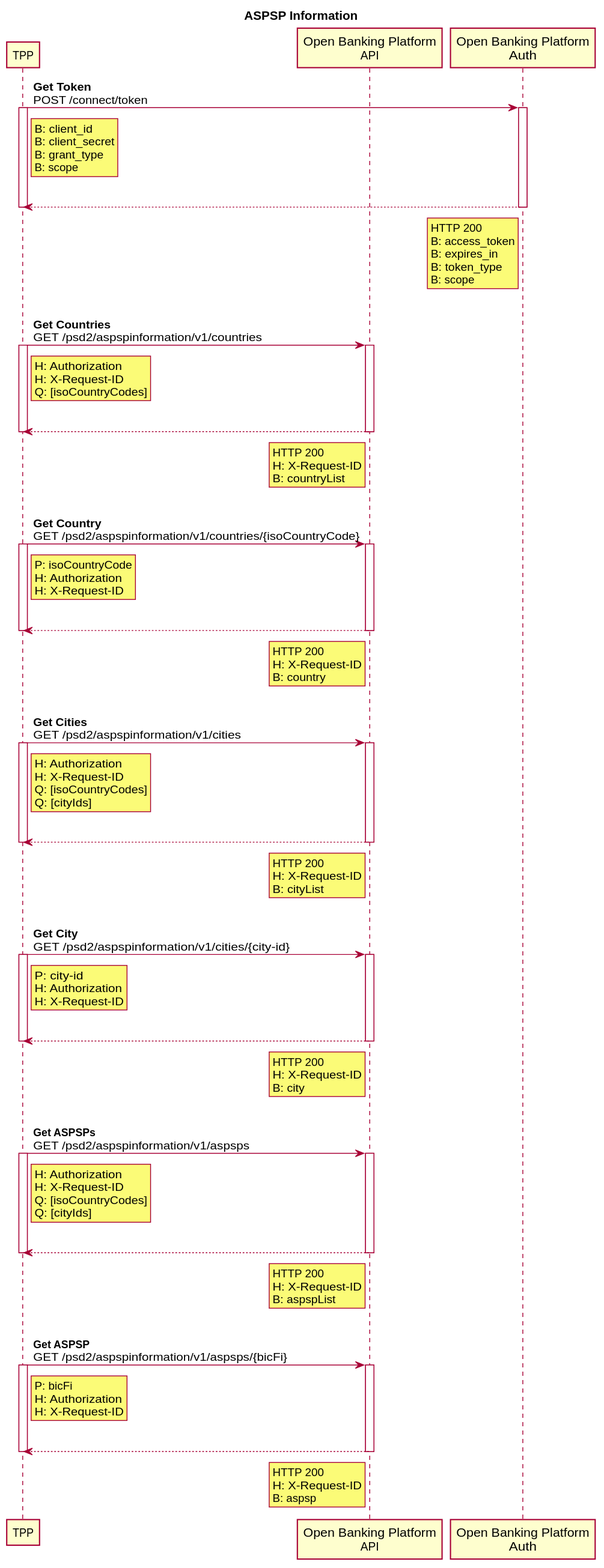
The PlantUML diagram website/static/img/aspsp.svg in openpaymentseurope/docs, before a commit.
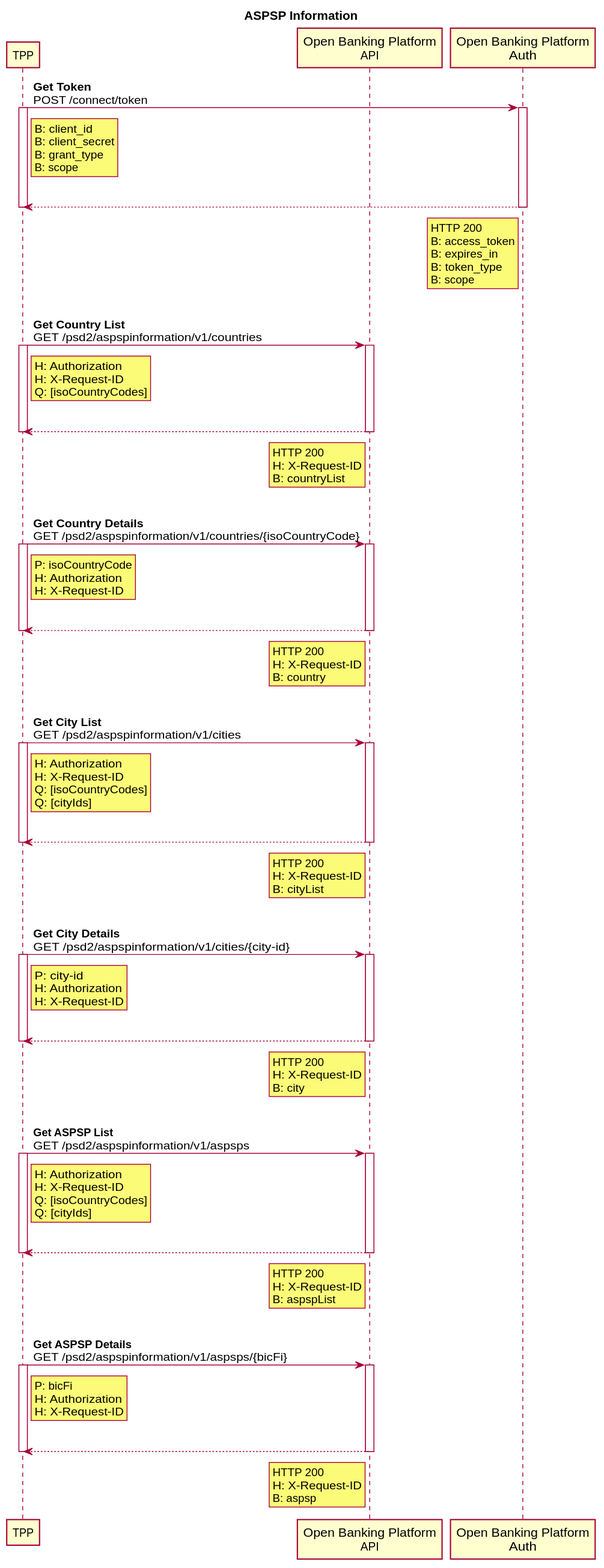
Above is the later version.

Commit message:
Adjusted service names in flows

What changed in the source:
```diff
@@ -31,7 +31,7 @@
 
 |||
 
-tpp -> obpapi: **Get Countries**\nGET /psd2/aspspinformation/v1/countries
+tpp -> obpapi: **Get Country List**\nGET /psd2/aspspinformation/v1/countries
 activate tpp
 rnote right of tpp
 H: Authorization
@@ -51,7 +51,7 @@
 
 |||
 
-tpp -> obpapi: **Get Country**\nGET /psd2/aspspinformation/v1/countries/{isoCountryCode}
+tpp -> obpapi: **Get Country Details**\nGET /psd2/aspspinformation/v1/countries/{isoCountryCode}
 activate tpp
 rnote right of tpp
 P: isoCountryCode
@@ -71,7 +71,7 @@
 
 |||
 
-tpp -> obpapi: **Get Cities**\nGET /psd2/aspspinformation/v1/cities
+tpp -> obpapi: **Get City List**\nGET /psd2/aspspinformation/v1/cities
 activate tpp
 rnote right of tpp
 H: Authorization
@@ -92,7 +92,7 @@
 
 |||
 
-tpp -> obpapi: **Get City**\nGET /psd2/aspspinformation/v1/cities/{city-id}
+tpp -> obpapi: **Get City Details**\nGET /psd2/aspspinformation/v1/cities/{city-id}
 activate tpp
 rnote right of tpp
 P: city-id
@@ -112,7 +112,7 @@
 
 |||
 
-tpp -> obpapi: **Get ASPSPs**\nGET /psd2/aspspinformation/v1/aspsps
+tpp -> obpapi: **Get ASPSP List**\nGET /psd2/aspspinformation/v1/aspsps
 activate tpp
 rnote right of tpp
 H: Authorization
@@ -133,7 +133,7 @@
 
 |||
 
-tpp -> obpapi: **Get ASPSP**\nGET /psd2/aspspinformation/v1/aspsps/{bicFi}
+tpp -> obpapi: **Get ASPSP Details**\nGET /psd2/aspspinformation/v1/aspsps/{bicFi}
 activate tpp
 rnote right of tpp
 P: bicFi
```
